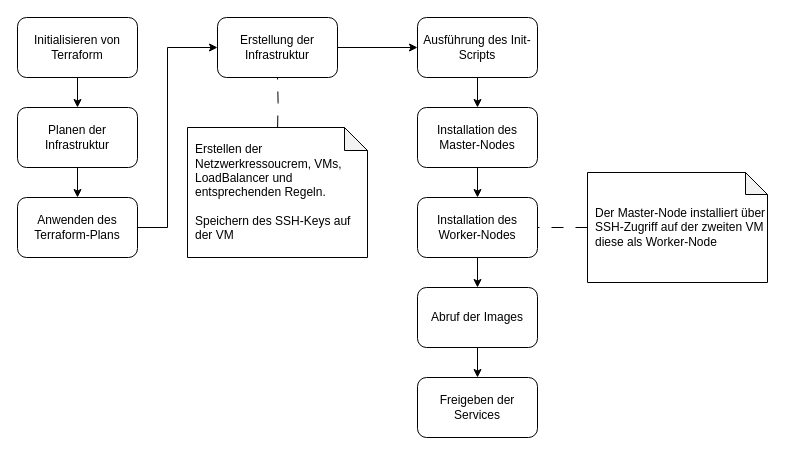
The draw.io diagram docs/Ablaufdiagramm_Deployment_Cloud-Pizzasystem.drawio in le-rudolph/Cloud-Pizzasystem, before the edit. Source tidied: cells renumbered, new cells numbered last; positions are measured from the earlier drawing's top-left corner, leaving out a move shared by most shapes. Both pictures are drawn from the tidied source at 100%, with x=0, y=0 at pixel (17, 17).
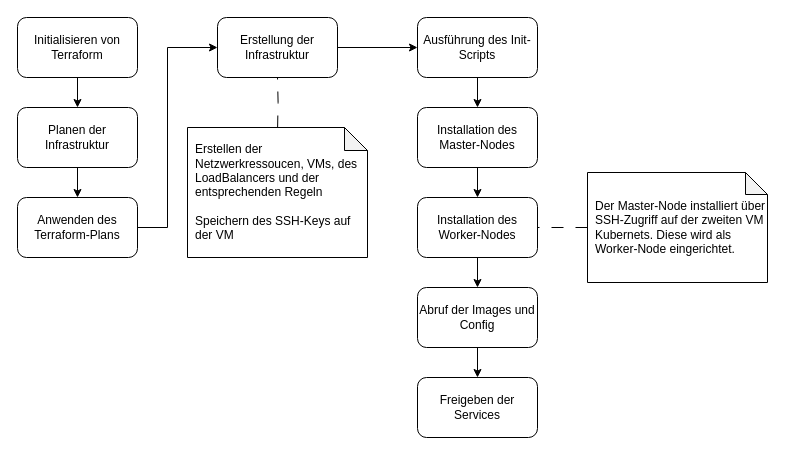
The same page after the edit.

What changed in the source:
```diff
@@
-    <mxCell id="5" value="Abruf der Images" style="rounded=1;whiteSpace=wrap;html=1;" parent="1" vertex="1">
+    <mxCell id="5" value="Abruf der Images und Config" style="rounded=1;whiteSpace=wrap;html=1;" parent="1" vertex="1">
       <mxGeometry x="400" y="270" width="120" height="60" as="geometry" />
     </mxCell>
@@
-    <mxCell id="20" value="&lt;div&gt;Erstellen der Netzwerkressoucrem, VMs, LoadBalancer und entsprechenden Regeln.&lt;/div&gt;&lt;div&gt;&lt;br&gt;&lt;/div&gt;&lt;div&gt;Speichern des SSH-Keys auf der VM&lt;/div&gt;" style="shape=note;whiteSpace=wrap;html=1;backgroundOutline=1;darkOpacity=0.05;size=23;align=left;spacingTop=0;spacingLeft=6;strokeColor=default;verticalAlign=middle;fontFamily=Helvetica;fontSize=12;fontColor=default;fillColor=default;" parent="1" vertex="1">
+    <mxCell id="20" value="&lt;div&gt;Erstellen der Netzwerkressoucen, VMs, des LoadBalancers und der entsprechenden Regeln&lt;/div&gt;&lt;div&gt;&lt;br&gt;&lt;/div&gt;&lt;div&gt;Speichern des SSH-Keys auf der VM&lt;/div&gt;" style="shape=note;whiteSpace=wrap;html=1;backgroundOutline=1;darkOpacity=0.05;size=23;align=left;spacingTop=0;spacingLeft=6;strokeColor=default;verticalAlign=middle;fontFamily=Helvetica;fontSize=12;fontColor=default;fillColor=default;" parent="1" vertex="1">
       <mxGeometry x="170" y="110" width="180" height="130" as="geometry" />
     </mxCell>
@@
-    <mxCell id="22" value="Der Master-Node installiert über SSH-Zugriff auf der zweiten VM diese als Worker-Node" style="shape=note;whiteSpace=wrap;html=1;backgroundOutline=1;darkOpacity=0.05;align=left;spacingLeft=6;strokeColor=default;verticalAlign=middle;fontFamily=Helvetica;fontSize=12;fontColor=default;fillColor=default;size=22;" parent="1" vertex="1">
+    <mxCell id="22" value="Der Master-Node installiert über SSH-Zugriff auf der zweiten VM Kubernets. Diese wird als Worker-Node eingerichtet." style="shape=note;whiteSpace=wrap;html=1;backgroundOutline=1;darkOpacity=0.05;align=left;spacingLeft=6;strokeColor=default;verticalAlign=middle;fontFamily=Helvetica;fontSize=12;fontColor=default;fillColor=default;size=22;" parent="1" vertex="1">
       <mxGeometry x="570" y="155" width="180" height="110" as="geometry" />
     </mxCell>
```
